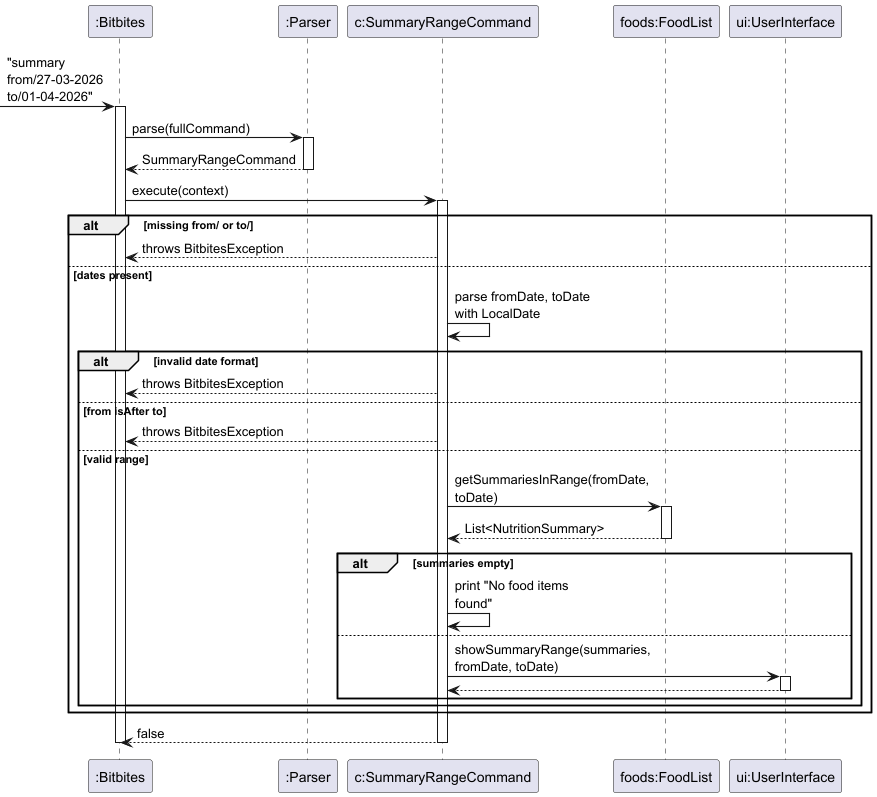
This is docs/uml/summary_range.png from bryanyeo3125/tp, a PlantUML export, as it was before one commit.
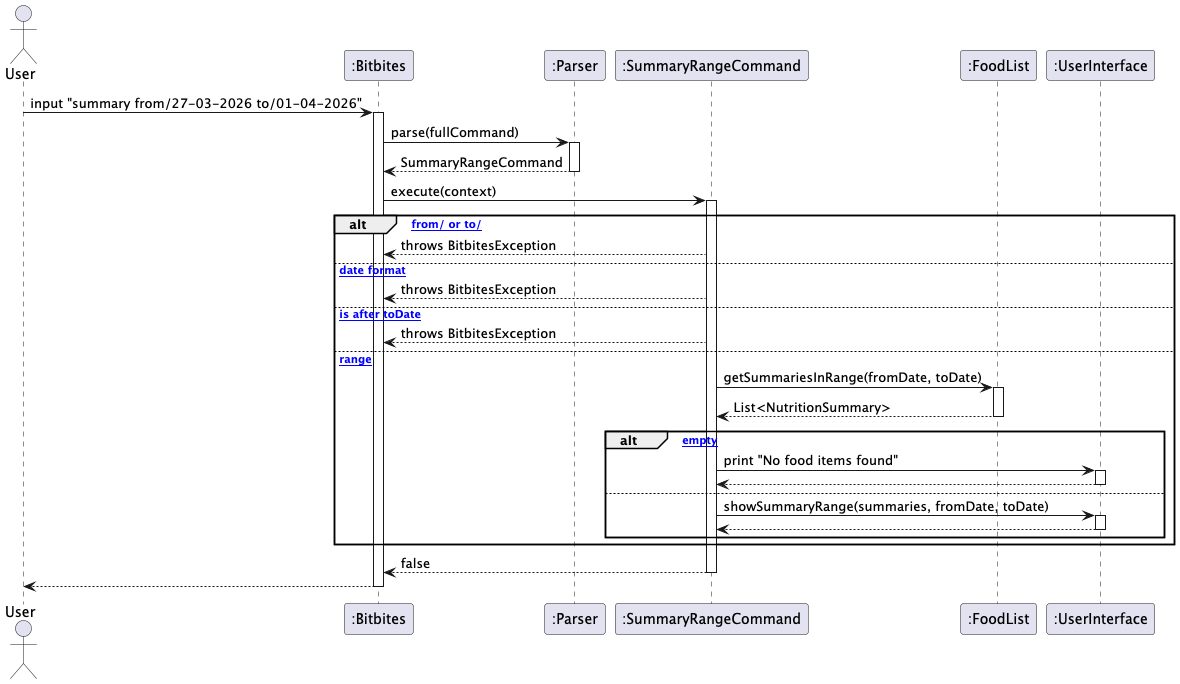
The same file after the commit.

Diff of the diagram source:
```diff
@@ -1,14 +1,12 @@
-@startuml summary_range
-skinparam arrowThickness 1.1
-skinparam maxMessageSize 150
-
+@startuml
+actor User
 participant ":Bitbites" as Bitbites
 participant ":Parser" as Parser
-participant "c:SummaryRangeCommand" as Cmd
-participant "foods:FoodList" as FoodList
-participant "ui:UserInterface" as UI
+participant ":SummaryRangeCommand" as SummaryRangeCommand
+participant ":FoodList" as FoodList
+participant ":UserInterface" as UI
 
--> Bitbites : "summary from/27-03-2026 to/01-04-2026"
+User -> Bitbites : input "summary from/27-03-2026 to/01-04-2026"
 activate Bitbites
 
 Bitbites -> Parser : parse(fullCommand)
@@ -16,35 +14,37 @@
 Parser --> Bitbites : SummaryRangeCommand
 deactivate Parser
 
-Bitbites -> Cmd : execute(context)
-activate Cmd
+Bitbites -> SummaryRangeCommand : execute(context)
+activate SummaryRangeCommand
 
-alt missing from/ or to/
-    Cmd --> Bitbites : throws BitbitesException
-else dates present
-    Cmd -> Cmd : parse fromDate, toDate with LocalDate
-    alt invalid date format
-        Cmd --> Bitbites : throws BitbitesException
-    else from isAfter to
-        Cmd --> Bitbites : throws BitbitesException
-    else valid range
-        Cmd -> FoodList : getSummariesInRange(fromDate, toDate)
-        activate FoodList
-        FoodList --> Cmd : List<NutritionSummary>
-        deactivate FoodList
+alt [missing from/ or to/]
+  SummaryRangeCommand --> Bitbites : throws BitbitesException
+else [invalid date format]
+  SummaryRangeCommand --> Bitbites : throws BitbitesException
+else [fromDate is after toDate]
+  SummaryRangeCommand --> Bitbites : throws BitbitesException
+else [valid range]
+  SummaryRangeCommand -> FoodList : getSummariesInRange(fromDate, toDate)
+  activate FoodList
+  FoodList --> SummaryRangeCommand : List<NutritionSummary>
+  deactivate FoodList
 
-        alt summaries empty
-            Cmd -> Cmd : print "No food items found"
-        else
-            Cmd -> UI : showSummaryRange(summaries, fromDate, toDate)
-            activate UI
-            UI --> Cmd
-            deactivate UI
-        end
-    end
+  alt [summaries empty]
+    SummaryRangeCommand -> UI : print "No food items found"
+    activate UI
+    UI --> SummaryRangeCommand
+    deactivate UI
+  else
+    SummaryRangeCommand -> UI : showSummaryRange(summaries, fromDate, toDate)
+    activate UI
+    UI --> SummaryRangeCommand
+    deactivate UI
+  end
 end
 
-Cmd --> Bitbites : false
-deactivate Cmd
+SummaryRangeCommand --> Bitbites : false
+deactivate SummaryRangeCommand
+
+Bitbites --> User
 deactivate Bitbites
 @enduml
```
